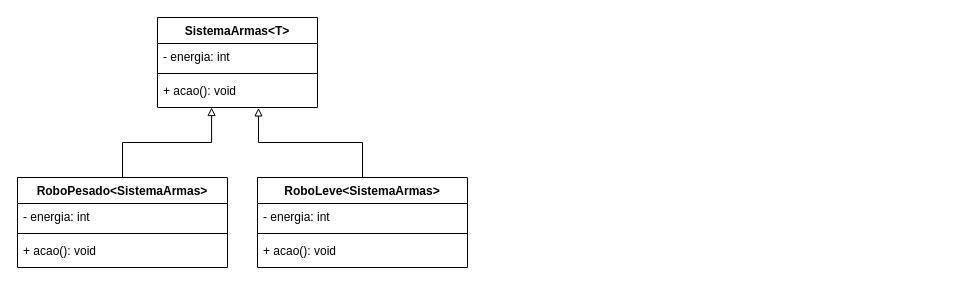
Above: src/Aula13/mesa_collections.drawio in FlipeFrontDev/dh-poo (draw.io), before the change. Source tidied: cells renumbered, new cells numbered last; positions are measured from the earlier drawing's top-left corner, leaving out a move shared by most shapes. Both pictures are drawn from the tidied source at 100%, with x=0, y=0 at pixel (17, 17).
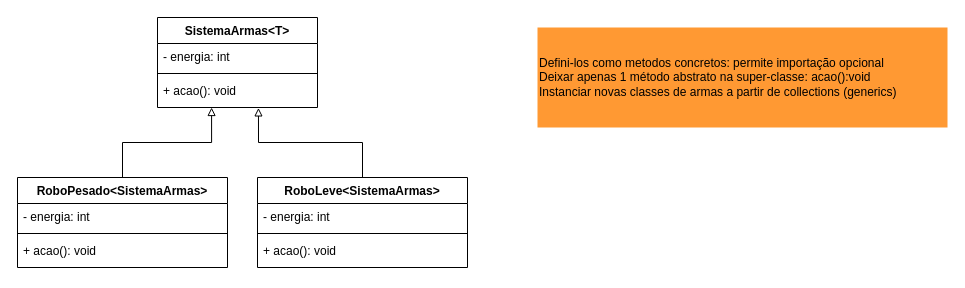
After the change.

Change to the diagram source:
```diff
@@
 <mxGraphModel>
   <root>
     <mxCell id="0" />
     <mxCell id="1" parent="0" />
     <mxCell id="2" value="SistemaArmas&lt;T&gt;" style="swimlane;fontStyle=1;align=center;verticalAlign=top;horizontal=1;startSize=26;" parent="1" vertex="1">
       <mxGeometry x="140" width="160" height="90" as="geometry" />
     </mxCell>
     <mxCell id="3" value="- energia: int" style="text;strokeColor=none;fillColor=none;align=left;verticalAlign=top;spacingLeft=4;spacingRight=4;overflow=hidden;" parent="2" vertex="1">
       <mxGeometry y="26" width="160" height="26" as="geometry" />
     </mxCell>
     <mxCell id="4" style="line;strokeWidth=1;fillColor=none;align=left;verticalAlign=middle;spacingTop=-1;spacingLeft=3;spacingRight=3;labelPosition=right;" parent="2" vertex="1">
       <mxGeometry y="52" width="160" height="8" as="geometry" />
     </mxCell>
     <mxCell id="5" value="+ acao(): void" style="text;strokeColor=none;fillColor=none;align=left;verticalAlign=top;spacingLeft=4;spacingRight=4;overflow=hidden;points=[[0,0.5],[1,0.5]];portConstraint=eastwest;" parent="2" vertex="1">
       <mxGeometry y="60" width="160" height="30" as="geometry" />
     </mxCell>
     <mxCell id="6" style="edgeStyle=orthogonalEdgeStyle;rounded=0;jettySize=auto;html=1;entryX=0.338;entryY=1;entryDx=0;entryDy=0;entryPerimeter=0;endArrow=block;endFill=0;" parent="1" edge="1" source="7" target="5">
       <mxGeometry relative="1" as="geometry" />
     </mxCell>
     <mxCell id="7" value="RoboPesado&lt;SistemaArmas&gt;" style="swimlane;fontStyle=1;align=center;verticalAlign=top;horizontal=1;startSize=26;" parent="1" vertex="1">
       <mxGeometry y="160" width="210" height="90" as="geometry" />
     </mxCell>
     <mxCell id="8" value="- energia: int" style="text;strokeColor=none;fillColor=none;align=left;verticalAlign=top;spacingLeft=4;spacingRight=4;overflow=hidden;" parent="7" vertex="1">
       <mxGeometry y="26" width="210" height="26" as="geometry" />
     </mxCell>
     <mxCell id="9" style="line;strokeWidth=1;fillColor=none;align=left;verticalAlign=middle;spacingTop=-1;spacingLeft=3;spacingRight=3;labelPosition=right;" parent="7" vertex="1">
       <mxGeometry y="52" width="210" height="8" as="geometry" />
     </mxCell>
     <mxCell id="10" value="+ acao(): void" style="text;strokeColor=none;fillColor=none;align=left;verticalAlign=top;spacingLeft=4;spacingRight=4;overflow=hidden;" parent="7" vertex="1">
       <mxGeometry y="60" width="210" height="30" as="geometry" />
     </mxCell>
     <mxCell id="11" style="edgeStyle=orthogonalEdgeStyle;rounded=0;jettySize=auto;html=1;entryX=0.631;entryY=1.014;entryDx=0;entryDy=0;entryPerimeter=0;endArrow=block;endFill=0;" parent="1" edge="1" source="12" target="5">
       <mxGeometry relative="1" as="geometry" />
     </mxCell>
     <mxCell id="12" value="RoboLeve&lt;SistemaArmas&gt;" style="swimlane;fontStyle=1;align=center;verticalAlign=top;horizontal=1;startSize=26;" parent="1" vertex="1">
       <mxGeometry x="240" y="160" width="210" height="90" as="geometry" />
     </mxCell>
     <mxCell id="13" value="- energia: int" style="text;strokeColor=none;fillColor=none;align=left;verticalAlign=top;spacingLeft=4;spacingRight=4;overflow=hidden;" parent="12" vertex="1">
       <mxGeometry y="26" width="210" height="26" as="geometry" />
     </mxCell>
     <mxCell id="14" style="line;strokeWidth=1;fillColor=none;align=left;verticalAlign=middle;spacingTop=-1;spacingLeft=3;spacingRight=3;labelPosition=right;" parent="12" vertex="1">
       <mxGeometry y="52" width="210" height="8" as="geometry" />
     </mxCell>
     <mxCell id="15" value="+ acao(): void" style="text;strokeColor=none;fillColor=none;align=left;verticalAlign=top;spacingLeft=4;spacingRight=4;overflow=hidden;" parent="12" vertex="1">
       <mxGeometry y="60" width="210" height="30" as="geometry" />
     </mxCell>
+    <mxCell id="16" value="&lt;div&gt;Defini-los como metodos concretos: permite importação opcional&lt;/div&gt;&lt;div&gt;Deixar apenas 1 método abstrato na super-classe: acao():void&lt;/div&gt;&lt;div&gt;Instanciar novas classes de armas a partir de collections (generics)&lt;/div&gt;" style="text;html=1;strokeColor=none;fillColor=#FF9933;align=left;verticalAlign=middle;whiteSpace=wrap;rounded=0;" parent="1" vertex="1">
+      <mxGeometry x="520" y="10" width="410" height="100" as="geometry" />
+    </mxCell>
   </root>
 </mxGraphModel>
```
